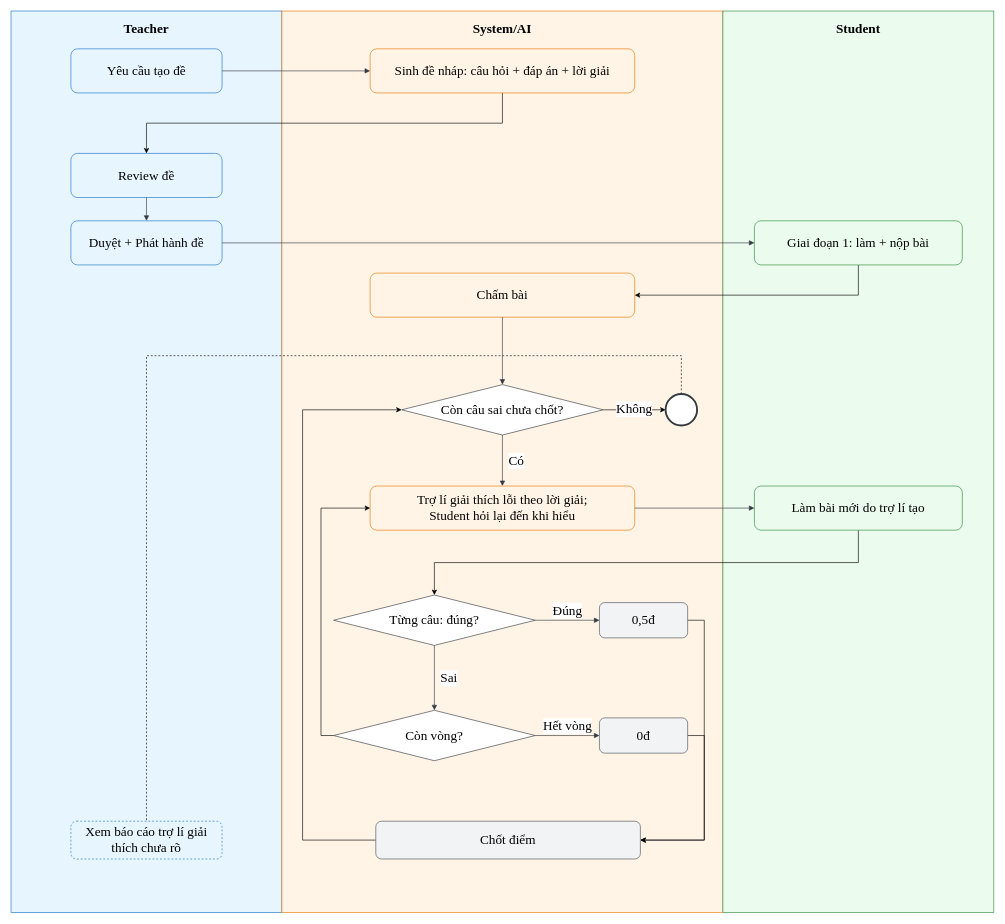
Before: docs/diagrams/business-workflows.drawio in biabeogo147/AI-Assessment-and-Feedback-Assistant, a draw.io diagram. Source tidied: cells renumbered, new cells numbered last; positions are measured from the earlier drawing's top-left corner, leaving out a move shared by most shapes. Both pictures are drawn from the tidied source at 63%, with x=0, y=0 at pixel (11, 11).
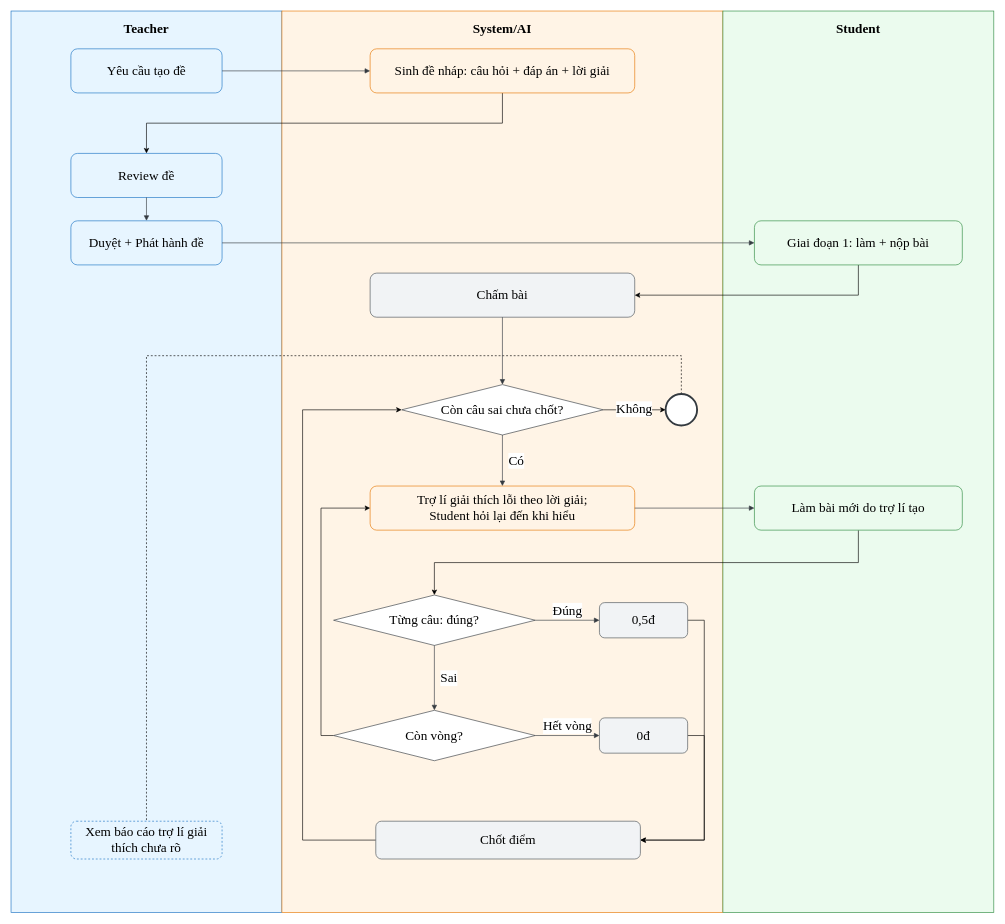
The same diagram, later.

Diff of the diagram source:
```diff
@@
-    <mxCell id="12" value="Chấm bài" style="rounded=1;whiteSpace=wrap;html=1;fillColor=#fff4e6;strokeColor=#e67700;fontSize=21;fontFamily=Times New Roman;" parent="1" vertex="1">
+    <mxCell id="12" value="Chấm bài" style="rounded=1;whiteSpace=wrap;html=1;fillColor=#f1f3f5;strokeColor=#495057;fontSize=21;fontFamily=Times New Roman;" parent="1" vertex="1">
       <mxGeometry x="570" y="416" width="420" height="70" as="geometry" />
     </mxCell>
```
